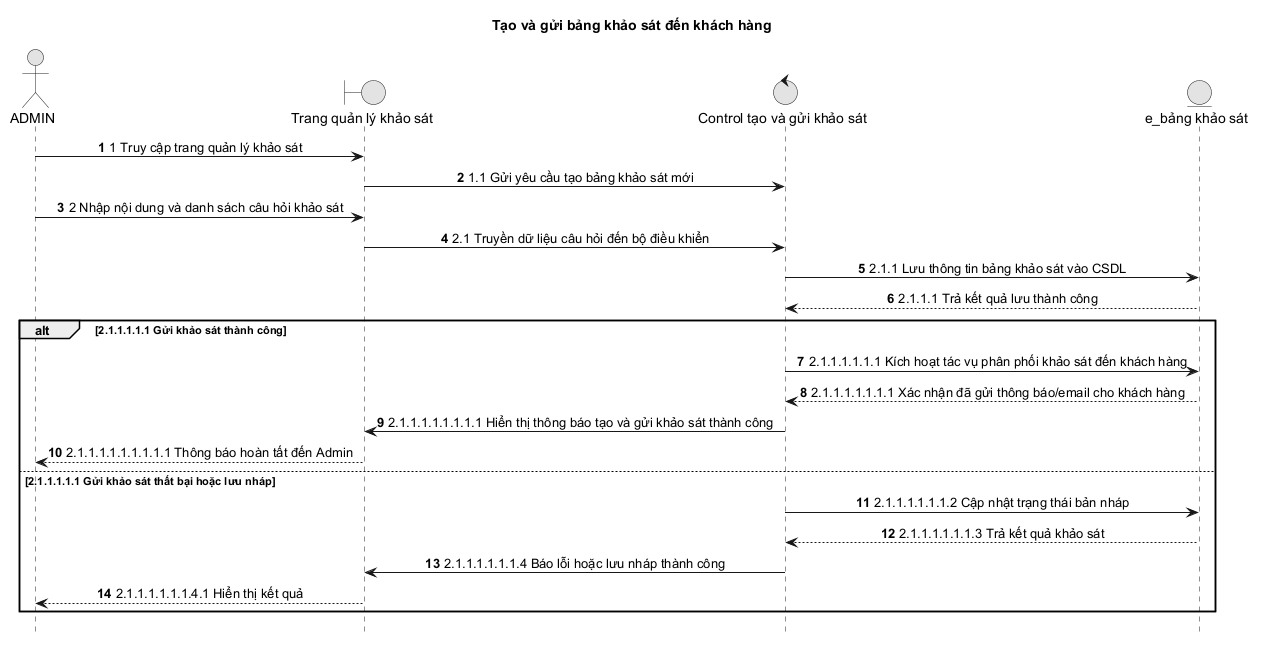
Before: docs/diagrams/sequence-new/admin/07-survey-create-send.png, a diagram exported from PlantUML (duygri/do-an-htttdn-crm).
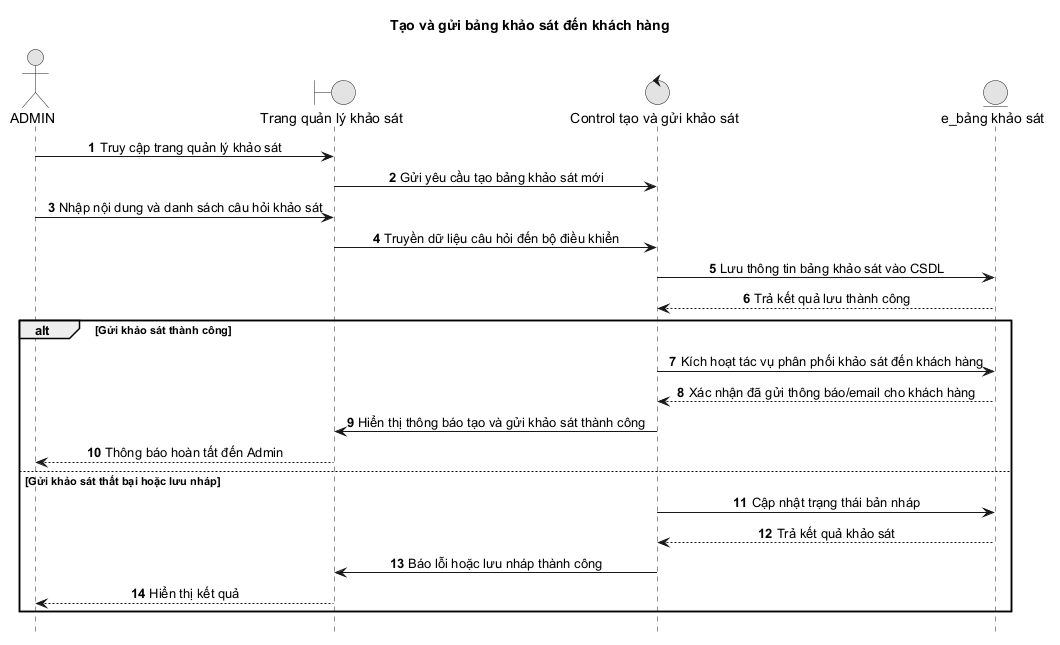
Later version of the same file.

What changed in the source:
```diff
@@ -11,22 +11,22 @@
 control "Control tạo và gửi khảo sát" as Control
 entity "e_bảng khảo sát" as Entity
 
-Admin -> Boundary: 1 Truy cập trang quản lý khảo sát
-Boundary -> Control: 1.1 Gửi yêu cầu tạo bảng khảo sát mới
-Admin -> Boundary: 2 Nhập nội dung và danh sách câu hỏi khảo sát
-Boundary -> Control: 2.1 Truyền dữ liệu câu hỏi đến bộ điều khiển
-Control -> Entity: 2.1.1 Lưu thông tin bảng khảo sát vào CSDL
-Entity --> Control: 2.1.1.1 Trả kết quả lưu thành công
+Admin -> Boundary: Truy cập trang quản lý khảo sát
+Boundary -> Control: Gửi yêu cầu tạo bảng khảo sát mới
+Admin -> Boundary: Nhập nội dung và danh sách câu hỏi khảo sát
+Boundary -> Control: Truyền dữ liệu câu hỏi đến bộ điều khiển
+Control -> Entity: Lưu thông tin bảng khảo sát vào CSDL
+Entity --> Control: Trả kết quả lưu thành công
 
-alt 2.1.1.1.1.1 Gửi khảo sát thành công
-  Control -> Entity: 2.1.1.1.1.1.1 Kích hoạt tác vụ phân phối khảo sát đến khách hàng
-  Entity --> Control: 2.1.1.1.1.1.1.1 Xác nhận đã gửi thông báo/email cho khách hàng
-  Control -> Boundary: 2.1.1.1.1.1.1.1.1 Hiển thị thông báo tạo và gửi khảo sát thành công
-  Boundary --> Admin: 2.1.1.1.1.1.1.1.1.1 Thông báo hoàn tất đến Admin
-else 2.1.1.1.1.1 Gửi khảo sát thất bại hoặc lưu nháp
-  Control -> Entity: 2.1.1.1.1.1.1.2 Cập nhật trạng thái bản nháp
-  Entity --> Control: 2.1.1.1.1.1.1.3 Trả kết quả khảo sát
-  Control -> Boundary: 2.1.1.1.1.1.1.4 Báo lỗi hoặc lưu nháp thành công
-  Boundary --> Admin: 2.1.1.1.1.1.1.4.1 Hiển thị kết quả
+alt Gửi khảo sát thành công
+  Control -> Entity: Kích hoạt tác vụ phân phối khảo sát đến khách hàng
+  Entity --> Control: Xác nhận đã gửi thông báo/email cho khách hàng
+  Control -> Boundary: Hiển thị thông báo tạo và gửi khảo sát thành công
+  Boundary --> Admin: Thông báo hoàn tất đến Admin
+else Gửi khảo sát thất bại hoặc lưu nháp
+  Control -> Entity: Cập nhật trạng thái bản nháp
+  Entity --> Control: Trả kết quả khảo sát
+  Control -> Boundary: Báo lỗi hoặc lưu nháp thành công
+  Boundary --> Admin: Hiển thị kết quả
 end
 @enduml
```
